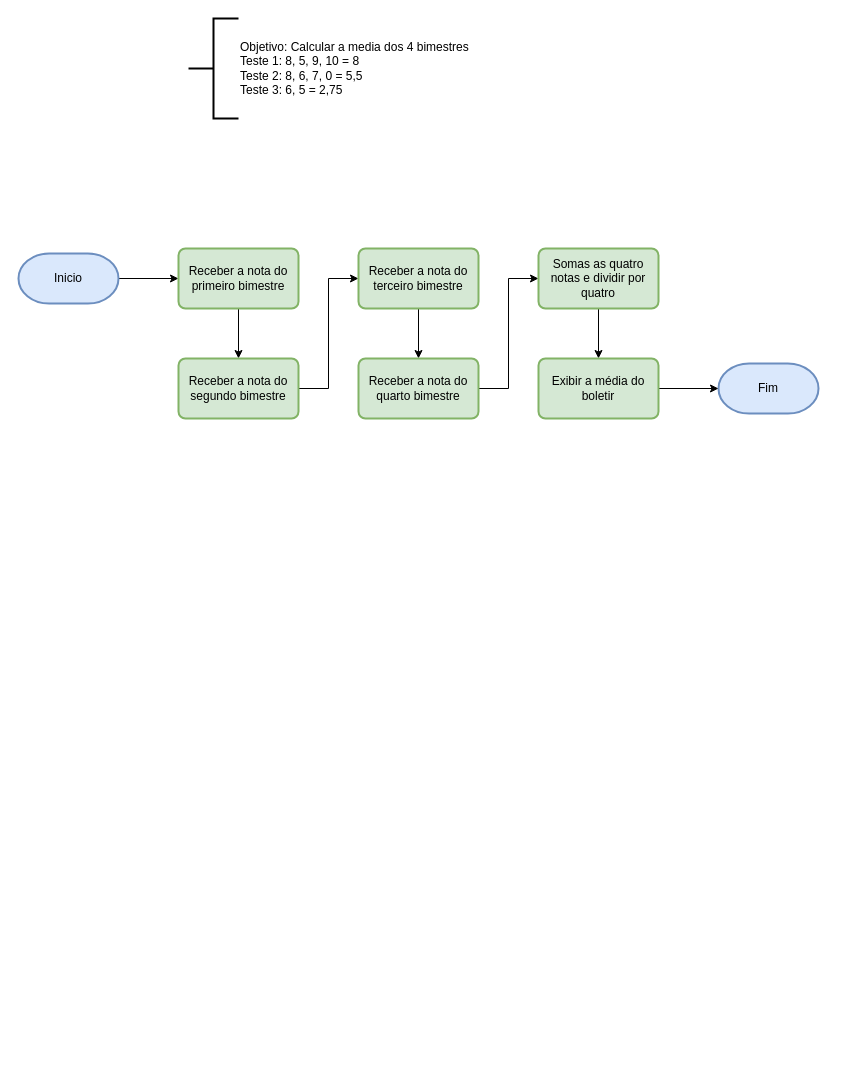
Before: calculoDeNotasDosQuatroBimestres.drawio in diegohfcelestino/arquitetura, a draw.io diagram. Source tidied: cells renumbered, new cells numbered last; positions are measured from the earlier drawing's top-left corner, leaving out a move shared by most shapes. Both pictures are drawn from the tidied source at 100%, with x=0, y=0 at pixel (18, 18).
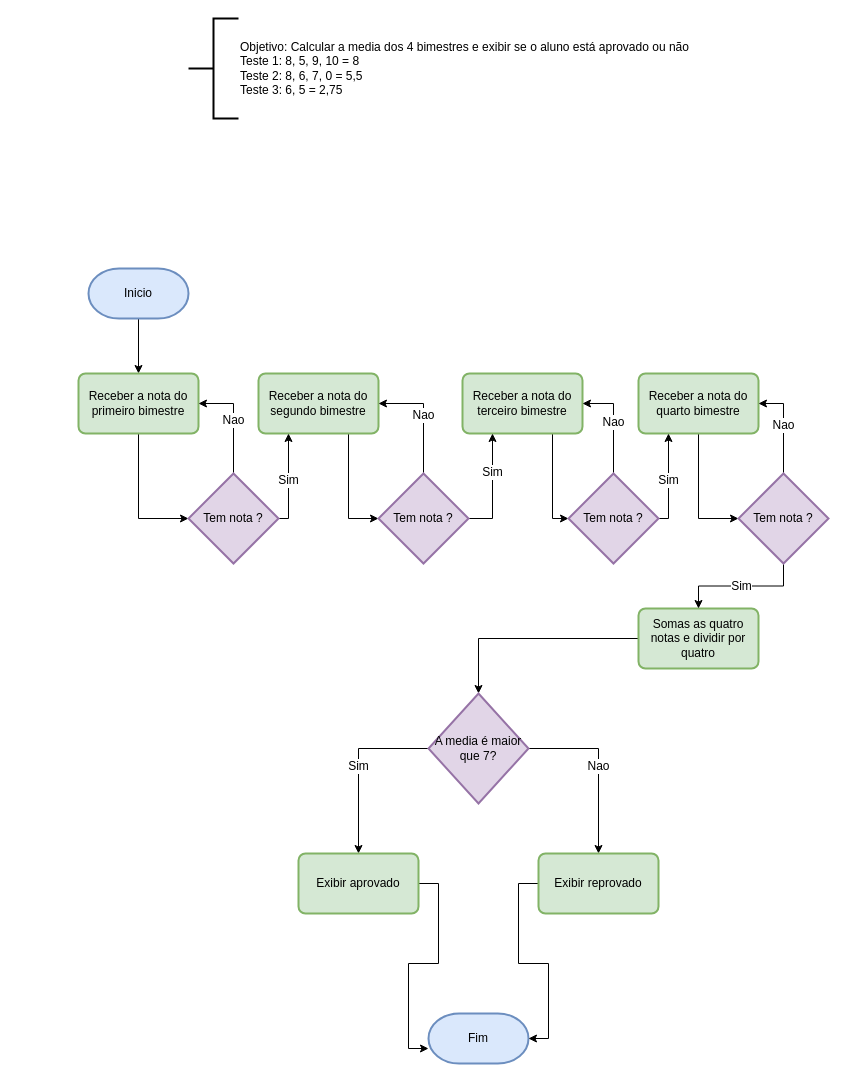
Above is the later version.

Change to the diagram source:
```diff
@@
     <mxCell id="3" value="Inicio" style="strokeWidth=2;html=1;shape=mxgraph.flowchart.terminator;whiteSpace=wrap;fillColor=#dae8fc;strokeColor=#6c8ebf;" parent="1" vertex="1">
-      <mxGeometry y="235" width="100" height="50" as="geometry" />
+      <mxGeometry x="70" y="250" width="100" height="50" as="geometry" />
     </mxCell>
-    <mxCell id="4" value="Objetivo: Calcular a media dos 4 bimestres&lt;br&gt;Teste 1: 8, 5, 9, 10 = 8&lt;br&gt;Teste 2: 8, 6, 7, 0 = 5,5&lt;br&gt;Teste 3: 6, 5 = 2,75" style="strokeWidth=2;html=1;shape=mxgraph.flowchart.annotation_2;align=left;labelPosition=right;" parent="1" vertex="1">
+    <mxCell id="4" value="Objetivo: Calcular a media dos 4 bimestres e exibir se o aluno está aprovado ou não&lt;br&gt;Teste 1: 8, 5, 9, 10 = 8&lt;br&gt;Teste 2: 8, 6, 7, 0 = 5,5&lt;br&gt;Teste 3: 6, 5 = 2,75&lt;br&gt;" style="strokeWidth=2;html=1;shape=mxgraph.flowchart.annotation_2;align=left;labelPosition=right;" parent="1" vertex="1">
       <mxGeometry x="170" width="50" height="100" as="geometry" />
     </mxCell>
     <mxCell id="5" value="Fim" style="strokeWidth=2;html=1;shape=mxgraph.flowchart.terminator;whiteSpace=wrap;fillColor=#dae8fc;strokeColor=#6c8ebf;" parent="1" vertex="1">
-      <mxGeometry x="700" y="345" width="100" height="50" as="geometry" />
+      <mxGeometry x="410" y="995" width="100" height="50" as="geometry" />
     </mxCell>
-    <mxCell id="6" style="edgeStyle=orthogonalEdgeStyle;rounded=0;jettySize=auto;html=1;" parent="1" edge="1" source="7" target="9">
-      <mxGeometry relative="1" as="geometry" />
-    </mxCell>
+    <mxCell id="20" style="edgeStyle=orthogonalEdgeStyle;rounded=0;jettySize=auto;html=1;entryX=0;entryY=0.5;entryDx=0;entryDy=0;entryPerimeter=0;fontSize=12;" parent="1" edge="1" source="7" target="34">
+      <mxGeometry relative="1" as="geometry" />
+    </mxCell>
     <mxCell id="7" value="Receber a nota do primeiro bimestre" style="rounded=1;whiteSpace=wrap;html=1;absoluteArcSize=1;arcSize=14;strokeWidth=2;fillColor=#d5e8d4;strokeColor=#82b366;" parent="1" vertex="1">
-      <mxGeometry x="160" y="230" width="120" height="60" as="geometry" />
+      <mxGeometry x="60" y="355" width="120" height="60" as="geometry" />
     </mxCell>
-    <mxCell id="8" style="edgeStyle=orthogonalEdgeStyle;rounded=0;jettySize=auto;html=1;entryX=0;entryY=0.5;entryDx=0;entryDy=0;" parent="1" edge="1" source="9" target="11">
-      <mxGeometry relative="1" as="geometry" />
-    </mxCell>
+    <mxCell id="21" style="edgeStyle=orthogonalEdgeStyle;rounded=0;jettySize=auto;html=1;entryX=0;entryY=0.5;entryDx=0;entryDy=0;entryPerimeter=0;fontSize=12;exitX=0.75;exitY=1;exitDx=0;exitDy=0;" parent="1" edge="1" source="9" target="37">
+      <mxGeometry relative="1" as="geometry" />
+    </mxCell>
     <mxCell id="9" value="Receber a nota do segundo bimestre" style="rounded=1;whiteSpace=wrap;html=1;absoluteArcSize=1;arcSize=14;strokeWidth=2;fillColor=#d5e8d4;strokeColor=#82b366;" parent="1" vertex="1">
-      <mxGeometry x="160" y="340" width="120" height="60" as="geometry" />
+      <mxGeometry x="240" y="355" width="120" height="60" as="geometry" />
     </mxCell>
-    <mxCell id="10" style="edgeStyle=orthogonalEdgeStyle;rounded=0;jettySize=auto;html=1;" parent="1" edge="1" source="11" target="13">
-      <mxGeometry relative="1" as="geometry" />
-    </mxCell>
+    <mxCell id="22" style="edgeStyle=orthogonalEdgeStyle;rounded=0;jettySize=auto;html=1;entryX=0;entryY=0.5;entryDx=0;entryDy=0;entryPerimeter=0;fontSize=12;exitX=0.75;exitY=1;exitDx=0;exitDy=0;" parent="1" edge="1" source="11" target="40">
+      <mxGeometry relative="1" as="geometry">
+        <Array as="points">
+          <mxPoint x="534" y="500" />
+        </Array>
+      </mxGeometry>
+    </mxCell>
     <mxCell id="11" value="Receber a nota do terceiro bimestre" style="rounded=1;whiteSpace=wrap;html=1;absoluteArcSize=1;arcSize=14;strokeWidth=2;fillColor=#d5e8d4;strokeColor=#82b366;" parent="1" vertex="1">
-      <mxGeometry x="340" y="230" width="120" height="60" as="geometry" />
+      <mxGeometry x="444" y="355" width="120" height="60" as="geometry" />
     </mxCell>
-    <mxCell id="12" style="edgeStyle=orthogonalEdgeStyle;rounded=0;jettySize=auto;html=1;entryX=0;entryY=0.5;entryDx=0;entryDy=0;" parent="1" edge="1" source="13" target="15">
-      <mxGeometry relative="1" as="geometry" />
-    </mxCell>
+    <mxCell id="23" style="edgeStyle=orthogonalEdgeStyle;rounded=0;jettySize=auto;html=1;entryX=0;entryY=0.5;entryDx=0;entryDy=0;entryPerimeter=0;fontSize=12;" parent="1" edge="1" source="13" target="43">
+      <mxGeometry relative="1" as="geometry" />
+    </mxCell>
     <mxCell id="13" value="Receber a nota do quarto bimestre" style="rounded=1;whiteSpace=wrap;html=1;absoluteArcSize=1;arcSize=14;strokeWidth=2;fillColor=#d5e8d4;strokeColor=#82b366;" parent="1" vertex="1">
-      <mxGeometry x="340" y="340" width="120" height="60" as="geometry" />
+      <mxGeometry x="620" y="355" width="120" height="60" as="geometry" />
     </mxCell>
-    <mxCell id="14" style="edgeStyle=orthogonalEdgeStyle;rounded=0;jettySize=auto;html=1;" parent="1" edge="1" source="15" target="17">
-      <mxGeometry relative="1" as="geometry" />
-    </mxCell>
+    <mxCell id="24" style="edgeStyle=orthogonalEdgeStyle;rounded=0;jettySize=auto;html=1;fontSize=12;" parent="1" edge="1" source="15" target="27">
+      <mxGeometry relative="1" as="geometry" />
+    </mxCell>
     <mxCell id="15" value="Somas as quatro notas e dividir por quatro" style="rounded=1;whiteSpace=wrap;html=1;absoluteArcSize=1;arcSize=14;strokeWidth=2;fillColor=#d5e8d4;strokeColor=#82b366;" parent="1" vertex="1">
-      <mxGeometry x="520" y="230" width="120" height="60" as="geometry" />
+      <mxGeometry x="620" y="590" width="120" height="60" as="geometry" />
     </mxCell>
-    <mxCell id="16" style="edgeStyle=orthogonalEdgeStyle;rounded=0;jettySize=auto;html=1;" parent="1" edge="1" source="17" target="5">
-      <mxGeometry relative="1" as="geometry" />
-    </mxCell>
-    <mxCell id="17" value="Exibir a média do boletir" style="rounded=1;whiteSpace=wrap;html=1;absoluteArcSize=1;arcSize=14;strokeWidth=2;fillColor=#d5e8d4;strokeColor=#82b366;" parent="1" vertex="1">
-      <mxGeometry x="520" y="340" width="120" height="60" as="geometry" />
-    </mxCell>
@@
+    <mxCell id="25" value="Sim" style="edgeStyle=orthogonalEdgeStyle;rounded=0;jettySize=auto;html=1;entryX=0.5;entryY=0;entryDx=0;entryDy=0;fontSize=12;" parent="1" edge="1" source="27" target="31">
+      <mxGeometry relative="1" as="geometry" />
+    </mxCell>
+    <mxCell id="26" value="Nao" style="edgeStyle=orthogonalEdgeStyle;rounded=0;jettySize=auto;html=1;entryX=0.5;entryY=0;entryDx=0;entryDy=0;fontSize=12;" parent="1" edge="1" source="27" target="29">
+      <mxGeometry relative="1" as="geometry" />
+    </mxCell>
+    <mxCell id="27" value="&lt;font style=&quot;font-size: 12px&quot;&gt;A media é maior que 7?&lt;/font&gt;" style="strokeWidth=2;html=1;shape=mxgraph.flowchart.decision;whiteSpace=wrap;fillColor=#e1d5e7;strokeColor=#9673a6;" parent="1" vertex="1">
+      <mxGeometry x="410" y="675" width="100" height="110" as="geometry" />
+    </mxCell>
+    <mxCell id="28" style="edgeStyle=orthogonalEdgeStyle;rounded=0;jettySize=auto;html=1;entryX=1;entryY=0.5;entryDx=0;entryDy=0;entryPerimeter=0;fontSize=12;" parent="1" edge="1" source="29" target="5">
+      <mxGeometry relative="1" as="geometry" />
+    </mxCell>
+    <mxCell id="29" value="Exibir reprovado" style="rounded=1;whiteSpace=wrap;html=1;absoluteArcSize=1;arcSize=14;strokeWidth=2;fillColor=#d5e8d4;strokeColor=#82b366;" parent="1" vertex="1">
+      <mxGeometry x="520" y="835" width="120" height="60" as="geometry" />
+    </mxCell>
+    <mxCell id="30" style="edgeStyle=orthogonalEdgeStyle;rounded=0;jettySize=auto;html=1;entryX=0;entryY=0.7;entryDx=0;entryDy=0;entryPerimeter=0;fontSize=12;" parent="1" edge="1" source="31" target="5">
+      <mxGeometry relative="1" as="geometry" />
+    </mxCell>
+    <mxCell id="31" value="Exibir aprovado" style="rounded=1;whiteSpace=wrap;html=1;absoluteArcSize=1;arcSize=14;strokeWidth=2;fillColor=#d5e8d4;strokeColor=#82b366;" parent="1" vertex="1">
+      <mxGeometry x="280" y="835" width="120" height="60" as="geometry" />
+    </mxCell>
+    <mxCell id="32" value="Sim" style="edgeStyle=orthogonalEdgeStyle;rounded=0;jettySize=auto;html=1;fontSize=12;entryX=0.25;entryY=1;entryDx=0;entryDy=0;" parent="1" edge="1" source="34" target="9">
+      <mxGeometry relative="1" as="geometry">
+        <Array as="points">
+          <mxPoint x="270" y="500" />
+        </Array>
+      </mxGeometry>
+    </mxCell>
+    <mxCell id="33" value="Nao" style="edgeStyle=orthogonalEdgeStyle;rounded=0;jettySize=auto;html=1;entryX=1;entryY=0.5;entryDx=0;entryDy=0;fontSize=12;" parent="1" edge="1" source="34" target="7">
+      <mxGeometry relative="1" as="geometry" />
+    </mxCell>
+    <mxCell id="34" value="&lt;font style=&quot;font-size: 12px&quot;&gt;Tem nota ?&lt;/font&gt;" style="strokeWidth=2;html=1;shape=mxgraph.flowchart.decision;whiteSpace=wrap;fillColor=#e1d5e7;strokeColor=#9673a6;" parent="1" vertex="1">
+      <mxGeometry x="170" y="455" width="90" height="90" as="geometry" />
+    </mxCell>
+    <mxCell id="35" value="Nao" style="edgeStyle=orthogonalEdgeStyle;rounded=0;jettySize=auto;html=1;entryX=1;entryY=0.5;entryDx=0;entryDy=0;fontSize=12;" parent="1" edge="1" source="37" target="9">
+      <mxGeometry relative="1" as="geometry" />
+    </mxCell>
+    <mxCell id="36" value="Sim" style="edgeStyle=orthogonalEdgeStyle;rounded=0;jettySize=auto;html=1;entryX=0.25;entryY=1;entryDx=0;entryDy=0;fontSize=12;exitX=1;exitY=0.5;exitDx=0;exitDy=0;exitPerimeter=0;" parent="1" edge="1" source="37" target="11">
+      <mxGeometry x="0.28" relative="1" as="geometry">
+        <Array as="points">
+          <mxPoint x="474" y="500" />
+        </Array>
+      </mxGeometry>
+    </mxCell>
+    <mxCell id="37" value="&lt;font style=&quot;font-size: 12px&quot;&gt;Tem nota ?&lt;/font&gt;" style="strokeWidth=2;html=1;shape=mxgraph.flowchart.decision;whiteSpace=wrap;fillColor=#e1d5e7;strokeColor=#9673a6;" parent="1" vertex="1">
+      <mxGeometry x="360" y="455" width="90" height="90" as="geometry" />
+    </mxCell>
+    <mxCell id="38" value="Nao" style="edgeStyle=orthogonalEdgeStyle;rounded=0;jettySize=auto;html=1;entryX=1;entryY=0.5;entryDx=0;entryDy=0;fontSize=12;" parent="1" edge="1" source="40" target="11">
+      <mxGeometry relative="1" as="geometry" />
+    </mxCell>
+    <mxCell id="39" value="Sim" style="edgeStyle=orthogonalEdgeStyle;rounded=0;jettySize=auto;html=1;entryX=0.25;entryY=1;entryDx=0;entryDy=0;fontSize=12;" parent="1" edge="1" source="40" target="13">
+      <mxGeometry relative="1" as="geometry">
+        <Array as="points">
+          <mxPoint x="650" y="500" />
+        </Array>
+      </mxGeometry>
+    </mxCell>
+    <mxCell id="40" value="&lt;font style=&quot;font-size: 12px&quot;&gt;Tem nota ?&lt;/font&gt;" style="strokeWidth=2;html=1;shape=mxgraph.flowchart.decision;whiteSpace=wrap;fillColor=#e1d5e7;strokeColor=#9673a6;" parent="1" vertex="1">
+      <mxGeometry x="550" y="455" width="90" height="90" as="geometry" />
+    </mxCell>
+    <mxCell id="41" value="Nao" style="edgeStyle=orthogonalEdgeStyle;rounded=0;jettySize=auto;html=1;entryX=1;entryY=0.5;entryDx=0;entryDy=0;fontSize=12;" parent="1" edge="1" source="43" target="13">
+      <mxGeometry relative="1" as="geometry" />
+    </mxCell>
+    <mxCell id="42" value="Sim" style="edgeStyle=orthogonalEdgeStyle;rounded=0;jettySize=auto;html=1;entryX=0.5;entryY=0;entryDx=0;entryDy=0;fontSize=12;" parent="1" edge="1" source="43" target="15">
+      <mxGeometry relative="1" as="geometry" />
+    </mxCell>
+    <mxCell id="43" value="&lt;font style=&quot;font-size: 12px&quot;&gt;Tem nota ?&lt;/font&gt;" style="strokeWidth=2;html=1;shape=mxgraph.flowchart.decision;whiteSpace=wrap;fillColor=#e1d5e7;strokeColor=#9673a6;" parent="1" vertex="1">
+      <mxGeometry x="720" y="455" width="90" height="90" as="geometry" />
+    </mxCell>
```
